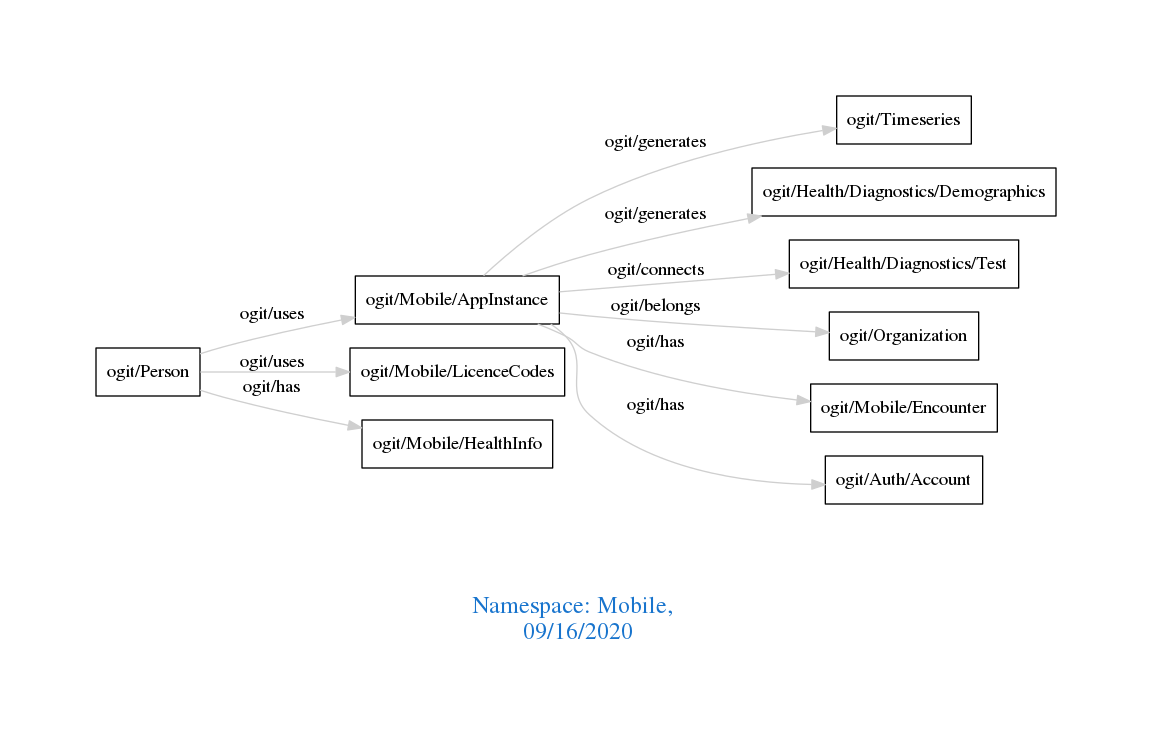
Earlier version of the Graphviz export downloads/Mobile.png (arago/OGIT). Its source is kept beside it as downloads/Mobile.dot.
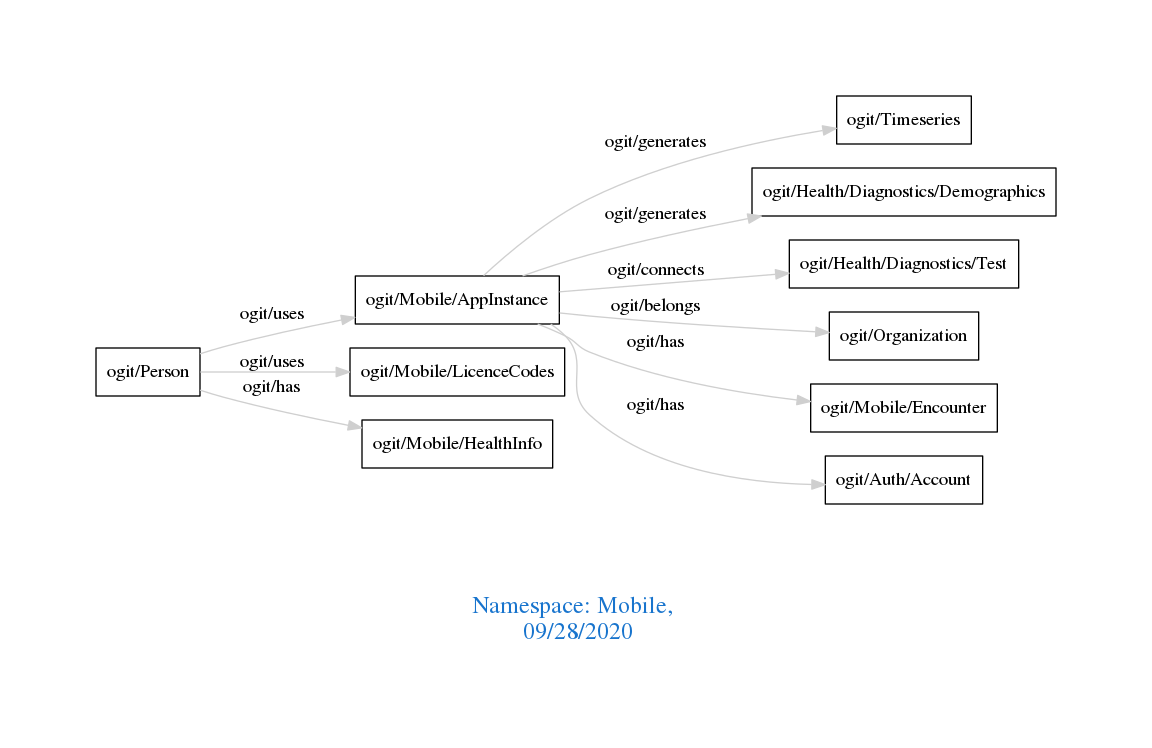
The same diagram one commit later.

What changed in the source:
```diff
@@ -1,7 +1,7 @@
 digraph OGIT_ontology {
  graph [ rankdir= LR,pad=1
 fontsize = 18,
-fontcolor= dodgerblue3,label = "\n\n\nNamespace: Mobile, \n 09/16/2020"];
+fontcolor= dodgerblue3,label = "\n\n\nNamespace: Mobile, \n 09/28/2020"];
 node[shape=polygon];
 edge [  color="gray81"];
 
```
